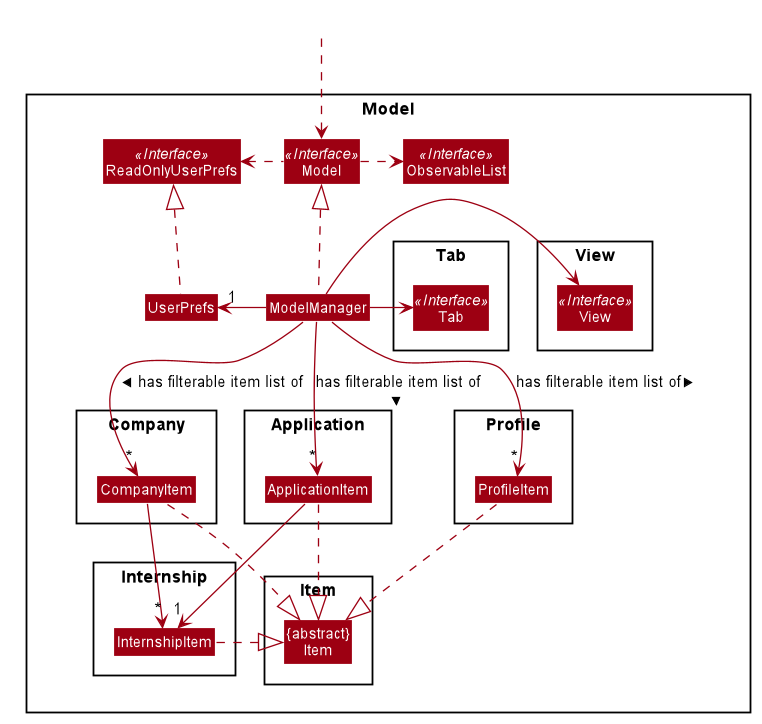
This is docs/images/dg-model/ModelClassDiagram.png from shawn-nyk/tp, a PlantUML export, as it was before one commit.
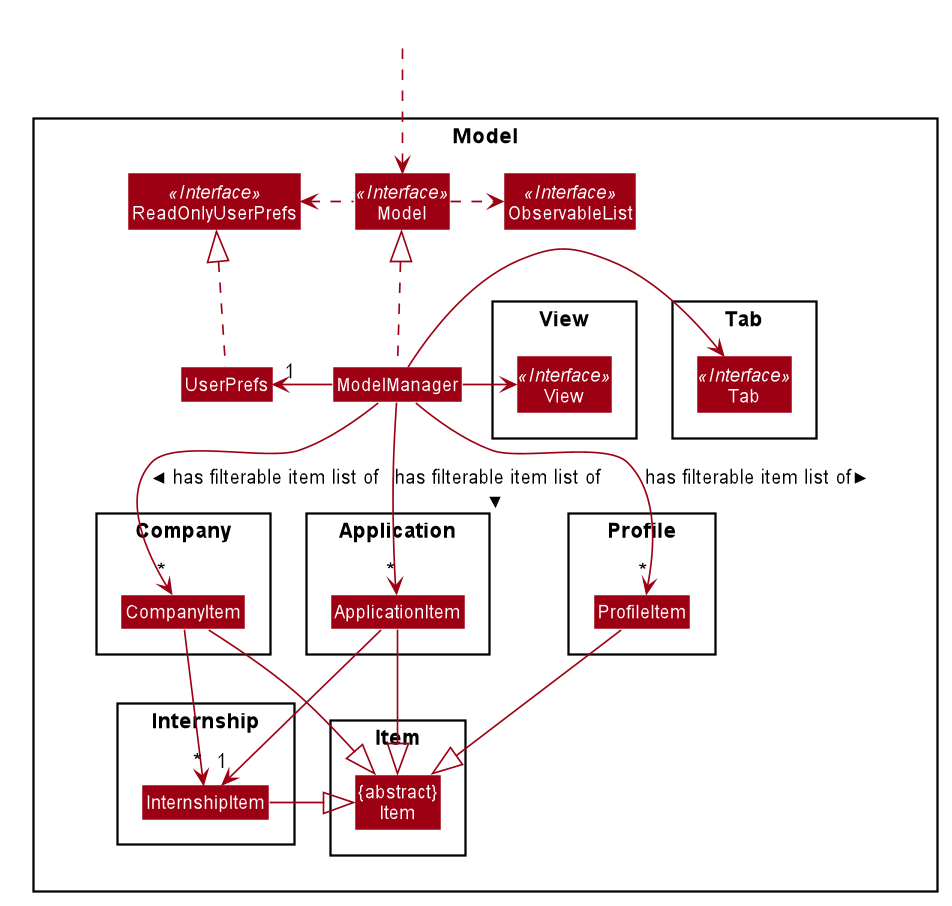
The same diagram one commit later.

Commit message:
Fix errors in model diagrams

What changed in the source:
```diff
@@ -105,10 +105,10 @@
 ModelManager -right-> View
 UserPrefs .up.|> ReadOnlyUserPrefs
 
-CompanyItem ..|> Item
-ApplicationItem ..|> Item
-ProfileItem ..|> Item
-InternshipItem .right.|> Item
+CompanyItem --|> Item
+ApplicationItem --|> Item
+ProfileItem --|> Item
+InternshipItem -right-|> Item
 
 ModelManager --> "*" CompanyItem : has filterable item list of >
 ModelManager --> "*" ApplicationItem : has filterable item list of >
```
